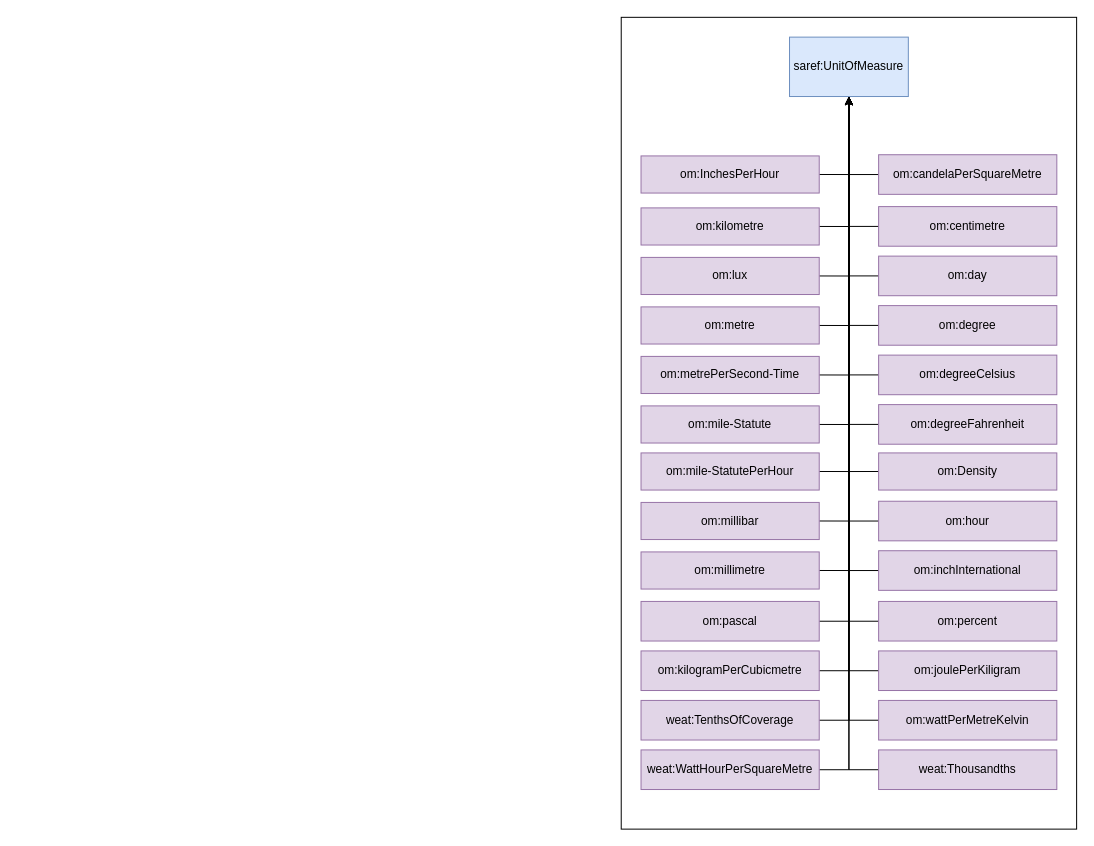
The draw.io diagram Draw.io/UnitOfMeasure.drawio in oeg-upm/bimerr-weather, before the edit. Source tidied: cells renumbered, new cells numbered last; positions are measured from the earlier drawing's top-left corner, leaving out a move shared by most shapes. Both pictures are drawn from the tidied source at 99%, with x=0, y=0 at pixel (621, 17).
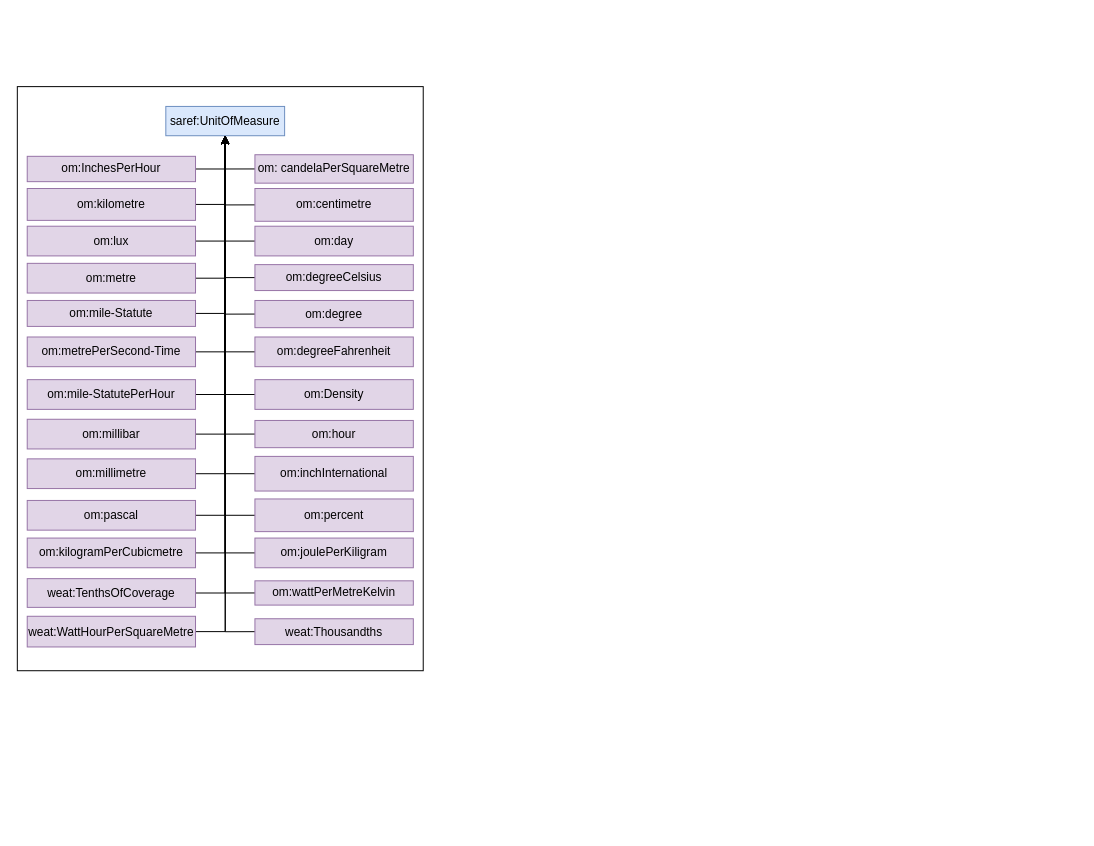
Above is the later version.

What changed in the source:
```diff
@@
-    <mxCell id="2" style="rounded=0;whiteSpace=wrap;html=1;" parent="1" vertex="1">
-      <mxGeometry width="460" height="820" as="geometry" />
-    </mxCell>
+    <mxCell id="56" style="rounded=0;whiteSpace=wrap;html=1;" parent="1" vertex="1">
+      <mxGeometry x="-610" y="70" width="410" height="590" as="geometry" />
+    </mxCell>
     <mxCell id="3" value="saref:UnitOfMeasure" style="rounded=0;whiteSpace=wrap;html=1;fillColor=#dae8fc;strokeColor=#6c8ebf;" parent="1" vertex="1">
-      <mxGeometry x="170" y="20" width="120" height="60" as="geometry" />
+      <mxGeometry x="-460" y="90" width="120" height="29.6" as="geometry" />
     </mxCell>
@@
     <mxCell id="5" value="om:Density" style="rounded=0;whiteSpace=wrap;html=1;fillColor=#e1d5e7;strokeColor=#9673a6;" parent="1" vertex="1">
-      <mxGeometry x="260" y="440" width="180" height="37.5" as="geometry" />
+      <mxGeometry x="-370" y="366" width="160" height="30" as="geometry" />
     </mxCell>
@@
     <mxCell id="7" value="om:hour" style="rounded=0;whiteSpace=wrap;html=1;fillColor=#e1d5e7;strokeColor=#9673a6;" parent="1" vertex="1">
-      <mxGeometry x="260" y="488.8" width="180" height="40" as="geometry" />
+      <mxGeometry x="-370" y="407.2" width="160" height="27.5" as="geometry" />
     </mxCell>
@@
     <mxCell id="9" value="om:inchInternational" style="rounded=0;whiteSpace=wrap;html=1;fillColor=#e1d5e7;strokeColor=#9673a6;" parent="1" vertex="1">
-      <mxGeometry x="260" y="538.8" width="180" height="40" as="geometry" />
+      <mxGeometry x="-370" y="443.5" width="160" height="35" as="geometry" />
     </mxCell>
@@
     <mxCell id="11" value="om:pascal" style="rounded=0;whiteSpace=wrap;html=1;fillColor=#e1d5e7;strokeColor=#9673a6;" parent="1" vertex="1">
-      <mxGeometry x="20" y="590" width="180" height="40" as="geometry" />
+      <mxGeometry x="-600" y="488" width="170" height="30" as="geometry" />
     </mxCell>
@@
     <mxCell id="13" value="weat:TenthsOfCoverage" style="rounded=0;whiteSpace=wrap;html=1;fillColor=#e1d5e7;strokeColor=#9673a6;" parent="1" vertex="1">
-      <mxGeometry x="20" y="690" width="180" height="40" as="geometry" />
+      <mxGeometry x="-600" y="567" width="170" height="29" as="geometry" />
     </mxCell>
@@
     <mxCell id="15" value="om:degreeFahrenheit" style="rounded=0;whiteSpace=wrap;html=1;fillColor=#e1d5e7;strokeColor=#9673a6;" parent="1" vertex="1">
-      <mxGeometry x="260" y="391.2" width="180" height="40" as="geometry" />
+      <mxGeometry x="-370" y="322.9" width="160" height="30" as="geometry" />
     </mxCell>
@@
     <mxCell id="17" value="om:percent" style="rounded=0;whiteSpace=wrap;html=1;fillColor=#e1d5e7;strokeColor=#9673a6;" parent="1" vertex="1">
-      <mxGeometry x="260" y="590" width="180" height="40" as="geometry" />
+      <mxGeometry x="-370" y="486.5" width="160" height="33" as="geometry" />
     </mxCell>
@@
     <mxCell id="19" value="om:degreeCelsius" style="rounded=0;whiteSpace=wrap;html=1;fillColor=#e1d5e7;strokeColor=#9673a6;" parent="1" vertex="1">
-      <mxGeometry x="260" y="341.2" width="180" height="40" as="geometry" />
+      <mxGeometry x="-370" y="249.8" width="160" height="26.2" as="geometry" />
     </mxCell>
-    <mxCell id="20" style="edgeStyle=orthogonalEdgeStyle;rounded=0;jettySize=auto;html=1;exitX=0;exitY=0.5;exitDx=0;exitDy=0;" parent="1" edge="1" source="21" target="3">
-      <mxGeometry relative="1" as="geometry" />
-    </mxCell>
-    <mxCell id="21" value="om:candelaPerSquareMetre" style="rounded=0;whiteSpace=wrap;html=1;fillColor=#e1d5e7;strokeColor=#9673a6;" parent="1" vertex="1">
-      <mxGeometry x="260" y="138.8" width="180" height="40" as="geometry" />
-    </mxCell>
+    <mxCell id="57" style="edgeStyle=orthogonalEdgeStyle;rounded=0;jettySize=auto;html=1;exitX=0;exitY=0.5;exitDx=0;exitDy=0;" parent="1" edge="1" source="58" target="3">
+      <mxGeometry relative="1" as="geometry" />
+    </mxCell>
+    <mxCell id="58" value="om: candelaPerSquareMetre" style="rounded=0;whiteSpace=wrap;html=1;fillColor=#e1d5e7;strokeColor=#9673a6;" parent="1" vertex="1">
+      <mxGeometry x="-370" y="138.8" width="160" height="28.7" as="geometry" />
+    </mxCell>
@@
     <mxCell id="23" value="om:centimetre" style="rounded=0;whiteSpace=wrap;html=1;fillColor=#e1d5e7;strokeColor=#9673a6;" parent="1" vertex="1">
-      <mxGeometry x="260" y="191.2" width="180" height="40" as="geometry" />
+      <mxGeometry x="-370" y="172.9" width="160" height="33.1" as="geometry" />
     </mxCell>
@@
     <mxCell id="25" value="om:day" style="rounded=0;whiteSpace=wrap;html=1;fillColor=#e1d5e7;strokeColor=#9673a6;" parent="1" vertex="1">
-      <mxGeometry x="260" y="241.2" width="180" height="40" as="geometry" />
+      <mxGeometry x="-370" y="211" width="160" height="30" as="geometry" />
     </mxCell>
@@
     <mxCell id="27" value="om:degree" style="rounded=0;whiteSpace=wrap;html=1;fillColor=#e1d5e7;strokeColor=#9673a6;" parent="1" vertex="1">
-      <mxGeometry x="260" y="291.2" width="180" height="40" as="geometry" />
+      <mxGeometry x="-370" y="286" width="160" height="27.5" as="geometry" />
     </mxCell>
@@
     <mxCell id="29" value="om:InchesPerHour" style="rounded=0;whiteSpace=wrap;html=1;fillColor=#e1d5e7;strokeColor=#9673a6;" parent="1" vertex="1">
-      <mxGeometry x="20" y="140" width="180" height="37.5" as="geometry" />
+      <mxGeometry x="-600" y="140.4" width="170" height="25.6" as="geometry" />
     </mxCell>
@@
     <mxCell id="31" value="om:kilometre" style="rounded=0;whiteSpace=wrap;html=1;fillColor=#e1d5e7;strokeColor=#9673a6;" parent="1" vertex="1">
-      <mxGeometry x="20" y="192.5" width="180" height="37.5" as="geometry" />
+      <mxGeometry x="-600" y="172.9" width="170" height="32.2" as="geometry" />
     </mxCell>
@@
     <mxCell id="33" value="om:lux" style="rounded=0;whiteSpace=wrap;html=1;fillColor=#e1d5e7;strokeColor=#9673a6;" parent="1" vertex="1">
-      <mxGeometry x="20" y="242.5" width="180" height="37.5" as="geometry" />
+      <mxGeometry x="-600" y="211" width="170" height="30" as="geometry" />
     </mxCell>
@@
     <mxCell id="35" value="om:metre" style="rounded=0;whiteSpace=wrap;html=1;fillColor=#e1d5e7;strokeColor=#9673a6;" parent="1" vertex="1">
-      <mxGeometry x="20" y="292.5" width="180" height="37.5" as="geometry" />
+      <mxGeometry x="-600" y="248.5" width="170" height="30" as="geometry" />
     </mxCell>
@@
     <mxCell id="37" value="om:metrePerSecond-Time" style="rounded=0;whiteSpace=wrap;html=1;fillColor=#e1d5e7;strokeColor=#9673a6;" parent="1" vertex="1">
-      <mxGeometry x="20" y="342.5" width="180" height="37.5" as="geometry" />
+      <mxGeometry x="-600" y="322.9" width="170" height="30" as="geometry" />
     </mxCell>
@@
     <mxCell id="39" value="om:mile-Statute" style="rounded=0;whiteSpace=wrap;html=1;fillColor=#e1d5e7;strokeColor=#9673a6;" parent="1" vertex="1">
-      <mxGeometry x="20" y="392.5" width="180" height="37.5" as="geometry" />
+      <mxGeometry x="-600" y="286" width="170" height="26.2" as="geometry" />
     </mxCell>
@@
     <mxCell id="41" value="om:mile-StatutePerHour" style="rounded=0;whiteSpace=wrap;html=1;fillColor=#e1d5e7;strokeColor=#9673a6;" parent="1" vertex="1">
-      <mxGeometry x="20" y="440" width="180" height="37.5" as="geometry" />
+      <mxGeometry x="-600" y="366" width="170" height="30" as="geometry" />
     </mxCell>
@@
     <mxCell id="43" value="om:millibar" style="rounded=0;whiteSpace=wrap;html=1;fillColor=#e1d5e7;strokeColor=#9673a6;" parent="1" vertex="1">
-      <mxGeometry x="20" y="490" width="180" height="37.5" as="geometry" />
+      <mxGeometry x="-600" y="406" width="170" height="30" as="geometry" />
     </mxCell>
@@
     <mxCell id="45" value="om:millimetre" style="rounded=0;whiteSpace=wrap;html=1;fillColor=#e1d5e7;strokeColor=#9673a6;" parent="1" vertex="1">
-      <mxGeometry x="20" y="540" width="180" height="37.5" as="geometry" />
+      <mxGeometry x="-600" y="446" width="170" height="30" as="geometry" />
     </mxCell>
@@
     <mxCell id="47" value="weat:Thousandths" style="rounded=0;whiteSpace=wrap;html=1;fillColor=#e1d5e7;strokeColor=#9673a6;" parent="1" vertex="1">
-      <mxGeometry x="260" y="740" width="180" height="40" as="geometry" />
+      <mxGeometry x="-370" y="607.5" width="160" height="26.1" as="geometry" />
     </mxCell>
@@
     <mxCell id="49" value="weat:WattHourPerSquareMetre" style="rounded=0;whiteSpace=wrap;html=1;fillColor=#e1d5e7;strokeColor=#9673a6;" parent="1" vertex="1">
-      <mxGeometry x="20" y="740" width="180" height="40" as="geometry" />
+      <mxGeometry x="-600" y="605" width="170" height="31" as="geometry" />
     </mxCell>
@@
     <mxCell id="51" value="om:joulePerKiligram" style="rounded=0;whiteSpace=wrap;html=1;fillColor=#e1d5e7;strokeColor=#9673a6;" parent="1" vertex="1">
-      <mxGeometry x="260" y="640" width="180" height="40" as="geometry" />
+      <mxGeometry x="-370" y="526" width="160" height="30" as="geometry" />
     </mxCell>
@@
     <mxCell id="53" value="om:wattPerMetreKelvin" style="rounded=0;whiteSpace=wrap;html=1;fillColor=#e1d5e7;strokeColor=#9673a6;" parent="1" vertex="1">
-      <mxGeometry x="260" y="690" width="180" height="40" as="geometry" />
+      <mxGeometry x="-370" y="569.2" width="160" height="24.5" as="geometry" />
     </mxCell>
@@
     <mxCell id="55" value="om:kilogramPerCubicmetre" style="rounded=0;whiteSpace=wrap;html=1;fillColor=#e1d5e7;strokeColor=#9673a6;" parent="1" vertex="1">
-      <mxGeometry x="20" y="640" width="180" height="40" as="geometry" />
+      <mxGeometry x="-600" y="526" width="170" height="30" as="geometry" />
     </mxCell>
```
